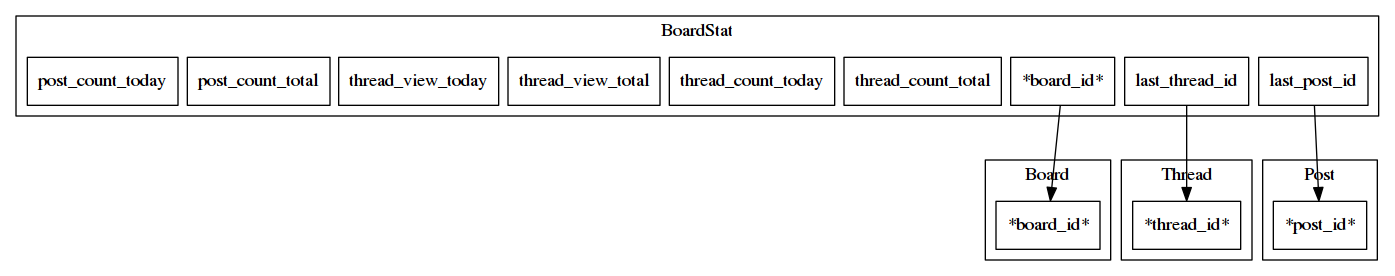
Above: pages/graph/erd/boardstats.png in cc98-frontend-development/API (Graphviz), before the change. Its source is kept beside it as pages/graph/erd/boardstats.dot.
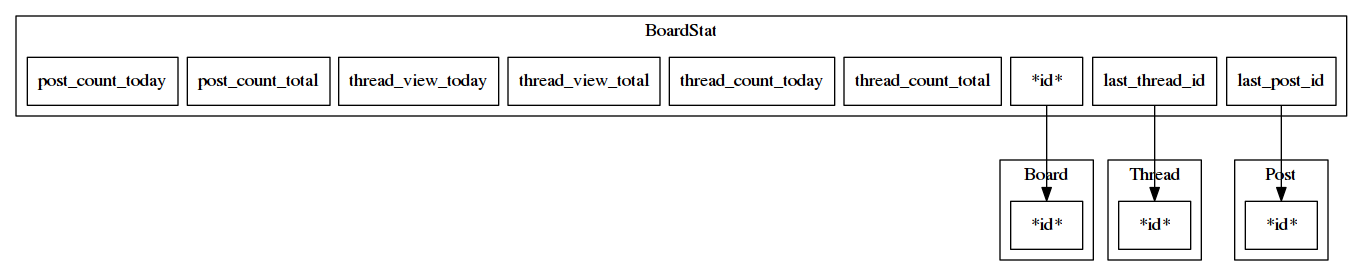
The same diagram one commit later.

The edit, as a diff of the source:
```diff
@@ -5,7 +5,7 @@
 
 	subgraph cluster_post_stat {
 		label = "BoardStat";
-		node_a_board_stat_board_id           [ label = "*board_id*" ];
+		node_a_board_stat_id                 [ label = "*id*" ];
 		node_a_board_stat_last_thread_id     [ label = "last_thread_id" ];
 		node_a_board_stat_last_post_id       [ label = "last_post_id" ];
 		node_a_board_stat_thread_count_total [ label = "thread_count_total" ];
@@ -18,20 +18,20 @@
 
 	subgraph cluster_board {
 		label = "Board";
-		node_a_board_board_id             [ label = "*board_id*" ];
+		node_a_board_id             [ label = "*id*" ];
 	}
 
 	subgraph cluster_post {
 		label = "Post";
-		node_a_post_post_id             [ label = "*post_id*" ];
+		node_a_post_id             [ label = "*id*" ];
 	}
 
 	subgraph cluster_thread {
 		label = "Thread";
-		node_a_thread_thread_id           [ label = "*thread_id*" ];
+		node_a_thread_id           [ label = "*id*" ];
 	}
 
-	node_a_board_stat_board_id -> node_a_board_board_id;
-	node_a_board_stat_last_thread_id -> node_a_thread_thread_id;
-	node_a_board_stat_last_post_id -> node_a_post_post_id;
+	node_a_board_stat_id -> node_a_board_id;
+	node_a_board_stat_last_thread_id -> node_a_thread_id;
+	node_a_board_stat_last_post_id -> node_a_post_id;
 }
```
